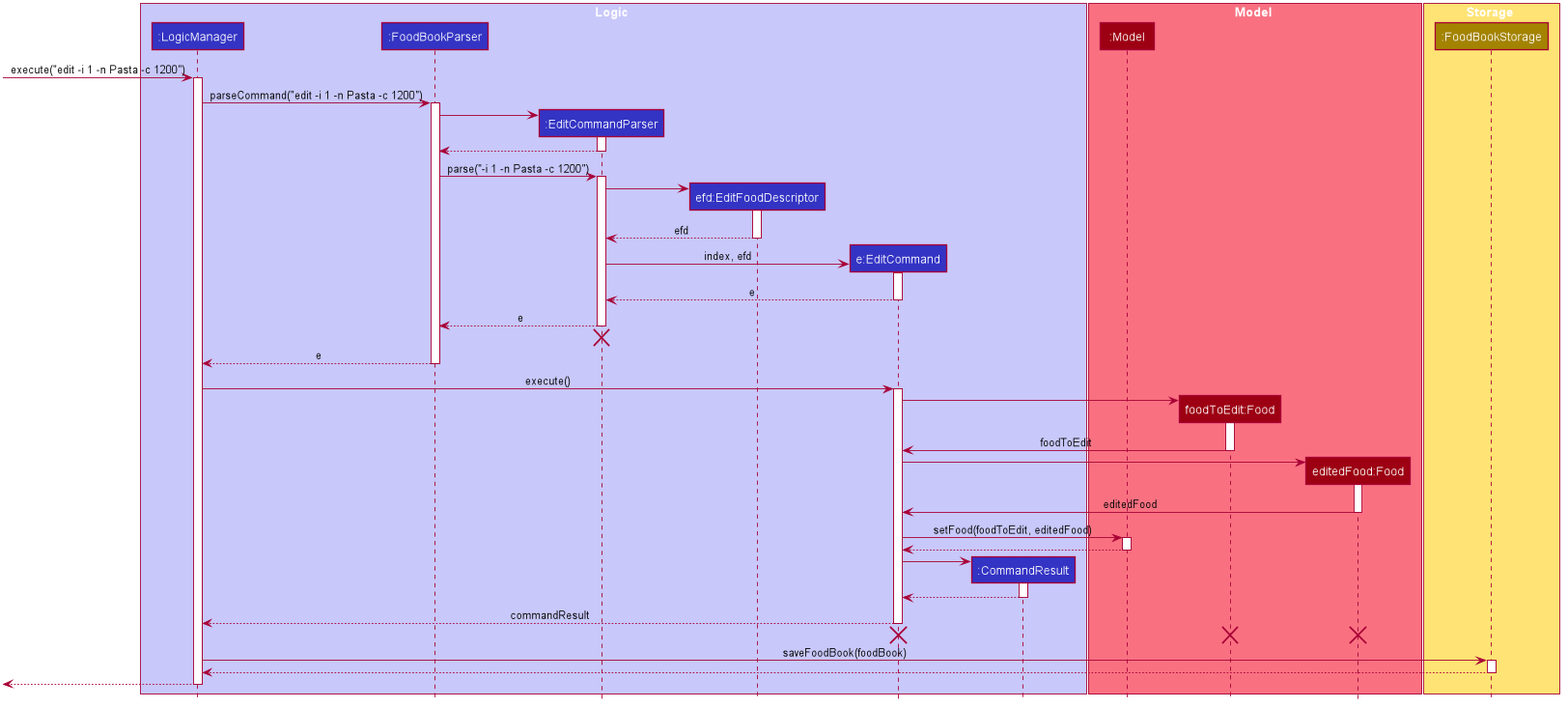
AY1920S2-CS2103T-W13-1/main keeps this PlantUML diagram as images/DietTrackerEditCommandSequenceDiagram.png. Above is the earlier version.
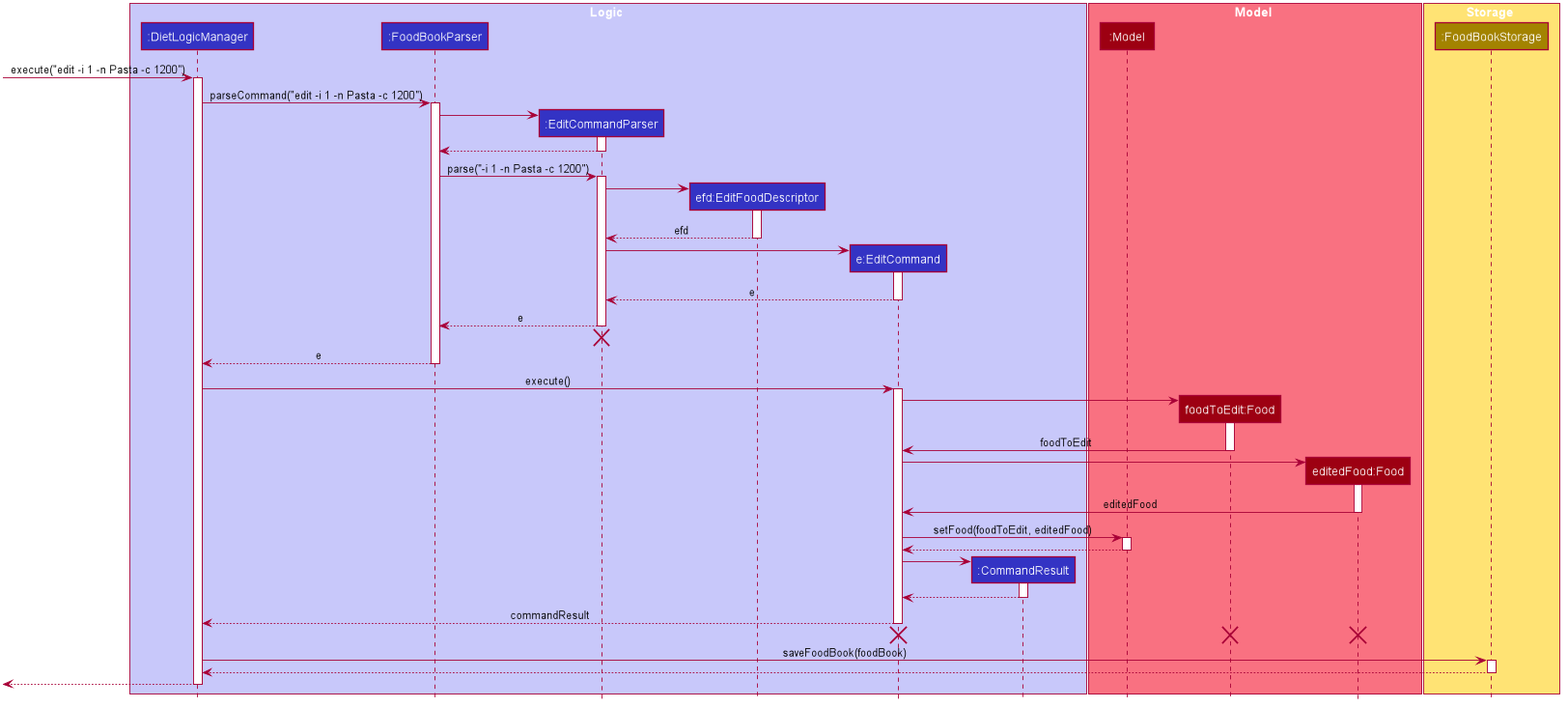
The same diagram one commit later.

The edit, as a diff of the source:
```diff
@@ -50,7 +50,7 @@
 hide circle
 
 box Logic #C8C8FA
-participant ":LogicManager" as LogicManager #3333C4
+participant ":DietLogicManager" as LogicManager #3333C4
 participant ":FoodBookParser" as FoodBookParser #3333C4
 participant ":EditCommandParser" as EditCommandParser #3333C4
 participant "efd:EditFoodDescriptor" as EditFoodDescriptor #3333C4
@@ -92,7 +92,7 @@
 deactivate EditFoodDescriptor
 
 create EditCommand
-EditCommandParser -> EditCommand : index, efd
+EditCommandParser -> EditCommand
 activate EditCommand
 
 EditCommand --> EditCommandParser : e
```
